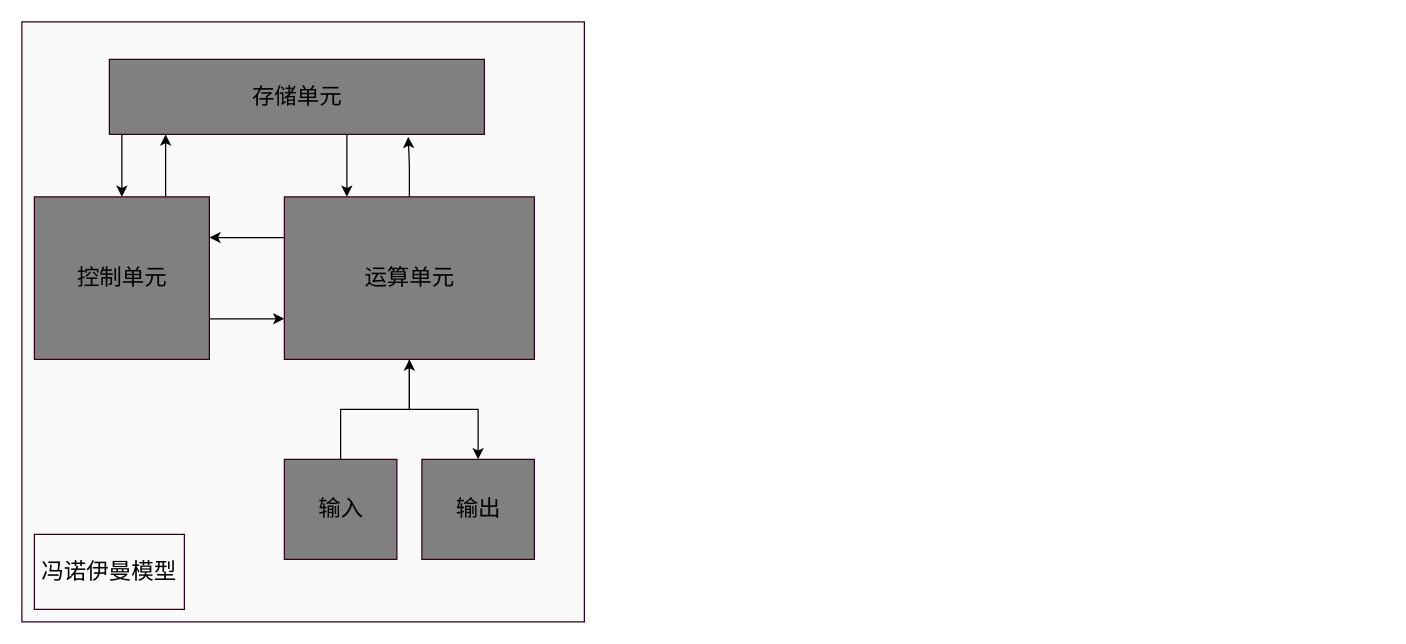
Earlier version of the draw.io diagram 未命名绘图.drawio (LoveScotty/OS). Source tidied: cells renumbered, new cells numbered last; positions are measured from the earlier drawing's top-left corner, leaving out a move shared by most shapes. Both pictures are drawn from the tidied source at 125%, with x=0, y=0 at pixel (21, 21).
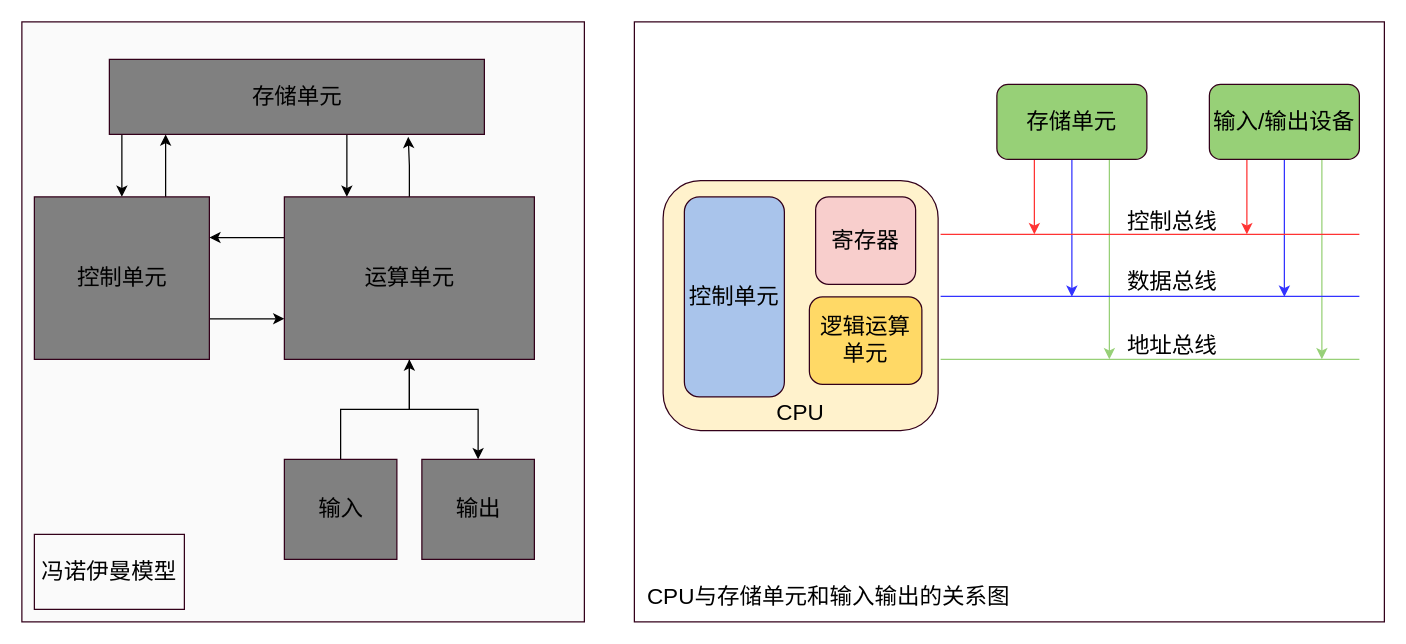
The same page after the edit.

Commit message:
更新未命名绘图.drawio

What changed in the source:
```diff
@@
+    <mxCell id="17" style="rounded=0;whiteSpace=wrap;html=1;strokeColor=#33001A;fontSize=18;fillColor=#FFFFFF;" parent="1" vertex="1">
+      <mxGeometry x="490" width="600" height="480" as="geometry" />
+    </mxCell>
@@
+    <mxCell id="18" value="&lt;br&gt;&lt;br&gt;&lt;br&gt;&lt;br&gt;&lt;br&gt;&lt;br&gt;&lt;br&gt;&lt;br&gt;CPU" style="rounded=1;whiteSpace=wrap;html=1;strokeColor=#33001A;fontSize=18;fillColor=#FFF2CC;" parent="1" vertex="1">
+      <mxGeometry x="513" y="127" width="220" height="200" as="geometry" />
+    </mxCell>
+    <mxCell id="19" value="逻辑运算单元" style="rounded=1;whiteSpace=wrap;html=1;strokeColor=#33001A;fontSize=18;fillColor=#FFD966;" parent="1" vertex="1">
+      <mxGeometry x="630" y="220" width="90" height="70" as="geometry" />
+    </mxCell>
+    <mxCell id="20" value="控制单元" style="rounded=1;whiteSpace=wrap;html=1;strokeColor=#33001A;fontSize=18;fillColor=#A9C4EB;" parent="1" vertex="1">
+      <mxGeometry x="530" y="140" width="80" height="160" as="geometry" />
+    </mxCell>
+    <mxCell id="21" value="寄存器" style="rounded=1;whiteSpace=wrap;html=1;strokeColor=#33001A;fontSize=18;fillColor=#F8CECC;" parent="1" vertex="1">
+      <mxGeometry x="635" y="140" width="80" height="70" as="geometry" />
+    </mxCell>
+    <mxCell id="22" style="edgeStyle=orthogonalEdgeStyle;rounded=0;jettySize=auto;html=1;exitX=0.25;exitY=1;exitDx=0;exitDy=0;fontSize=18;fillColor=#3333FF;strokeColor=#FF3333;" parent="1" edge="1" source="25">
+      <mxGeometry relative="1" as="geometry">
+        <mxPoint x="810" y="170" as="targetPoint" />
+      </mxGeometry>
+    </mxCell>
+    <mxCell id="23" style="edgeStyle=orthogonalEdgeStyle;rounded=0;jettySize=auto;html=1;exitX=0.5;exitY=1;exitDx=0;exitDy=0;fontSize=18;fillColor=#3333FF;strokeColor=#3333FF;" parent="1" edge="1" source="25">
+      <mxGeometry relative="1" as="geometry">
+        <mxPoint x="840" y="220" as="targetPoint" />
+      </mxGeometry>
+    </mxCell>
+    <mxCell id="24" style="edgeStyle=orthogonalEdgeStyle;rounded=0;jettySize=auto;html=1;exitX=0.75;exitY=1;exitDx=0;exitDy=0;fontSize=18;fillColor=#3333FF;strokeColor=#97D077;" parent="1" edge="1" source="25">
+      <mxGeometry relative="1" as="geometry">
+        <mxPoint x="870" y="270" as="targetPoint" />
+      </mxGeometry>
+    </mxCell>
+    <mxCell id="25" value="存储单元" style="rounded=1;whiteSpace=wrap;html=1;strokeColor=#33001A;fontSize=18;fillColor=#97D077;" parent="1" vertex="1">
+      <mxGeometry x="780" y="50" width="120" height="60" as="geometry" />
+    </mxCell>
+    <mxCell id="26" style="edgeStyle=orthogonalEdgeStyle;rounded=0;jettySize=auto;html=1;exitX=0.25;exitY=1;exitDx=0;exitDy=0;fontSize=18;fillColor=#3333FF;strokeColor=#FF3333;" parent="1" edge="1" source="29">
+      <mxGeometry relative="1" as="geometry">
+        <mxPoint x="980" y="170" as="targetPoint" />
+      </mxGeometry>
+    </mxCell>
+    <mxCell id="27" style="edgeStyle=orthogonalEdgeStyle;rounded=0;jettySize=auto;html=1;exitX=0.5;exitY=1;exitDx=0;exitDy=0;fontSize=18;fillColor=#3333FF;strokeColor=#3333FF;" parent="1" edge="1" source="29">
+      <mxGeometry relative="1" as="geometry">
+        <mxPoint x="1010" y="220" as="targetPoint" />
+      </mxGeometry>
+    </mxCell>
+    <mxCell id="28" style="edgeStyle=orthogonalEdgeStyle;rounded=0;jettySize=auto;html=1;exitX=0.75;exitY=1;exitDx=0;exitDy=0;fontSize=18;fillColor=#3333FF;strokeColor=#97D077;" parent="1" edge="1" source="29">
+      <mxGeometry relative="1" as="geometry">
+        <mxPoint x="1040" y="270" as="targetPoint" />
+      </mxGeometry>
+    </mxCell>
+    <mxCell id="29" value="输入/输出设备" style="rounded=1;whiteSpace=wrap;html=1;strokeColor=#33001A;fontSize=18;fillColor=#97D077;" parent="1" vertex="1">
+      <mxGeometry x="950" y="50" width="120" height="60" as="geometry" />
+    </mxCell>
+    <mxCell id="30" style="endArrow=none;html=1;rounded=0;fontSize=18;exitX=1.009;exitY=0.215;exitDx=0;exitDy=0;exitPerimeter=0;fillColor=#EA6B66;strokeColor=#FF3333;" parent="1" edge="1" source="18">
+      <mxGeometry relative="1" as="geometry">
+        <mxPoint x="1070" y="170" as="targetPoint" />
+      </mxGeometry>
+    </mxCell>
+    <mxCell id="31" style="endArrow=none;html=1;rounded=0;fontSize=18;exitX=1.009;exitY=0.215;exitDx=0;exitDy=0;exitPerimeter=0;fillColor=#3333FF;strokeColor=#3333FF;" parent="1" edge="1">
+      <mxGeometry relative="1" as="geometry">
+        <mxPoint x="735" y="219.5" as="sourcePoint" />
+        <mxPoint x="1070" y="219.5" as="targetPoint" />
+      </mxGeometry>
+    </mxCell>
+    <mxCell id="32" style="endArrow=none;html=1;rounded=0;fontSize=18;exitX=1.009;exitY=0.215;exitDx=0;exitDy=0;exitPerimeter=0;strokeColor=#97D077;" parent="1" edge="1">
+      <mxGeometry relative="1" as="geometry">
+        <mxPoint x="735" y="270" as="sourcePoint" />
+        <mxPoint x="1070" y="270" as="targetPoint" />
+      </mxGeometry>
+    </mxCell>
+    <mxCell id="33" value="控制总线" style="text;html=1;align=center;verticalAlign=middle;strokeColor=none;fillColor=none;fontSize=18;" parent="1" vertex="1">
+      <mxGeometry x="870" y="140" width="100" height="40" as="geometry" />
+    </mxCell>
+    <mxCell id="34" value="数据总线" style="text;html=1;align=center;verticalAlign=middle;strokeColor=none;fillColor=none;fontSize=18;" parent="1" vertex="1">
+      <mxGeometry x="870" y="188" width="100" height="40" as="geometry" />
+    </mxCell>
+    <mxCell id="35" value="地址总线" style="text;html=1;align=center;verticalAlign=middle;strokeColor=none;fillColor=none;fontSize=18;" parent="1" vertex="1">
+      <mxGeometry x="870" y="239" width="100" height="40" as="geometry" />
+    </mxCell>
+    <mxCell id="36" value="CPU与存储单元和输入输出的关系图" style="text;html=1;align=center;verticalAlign=middle;strokeColor=none;fillColor=none;fontSize=18;" parent="1" vertex="1">
+      <mxGeometry x="490" y="440" width="310" height="40" as="geometry" />
+    </mxCell>
```
